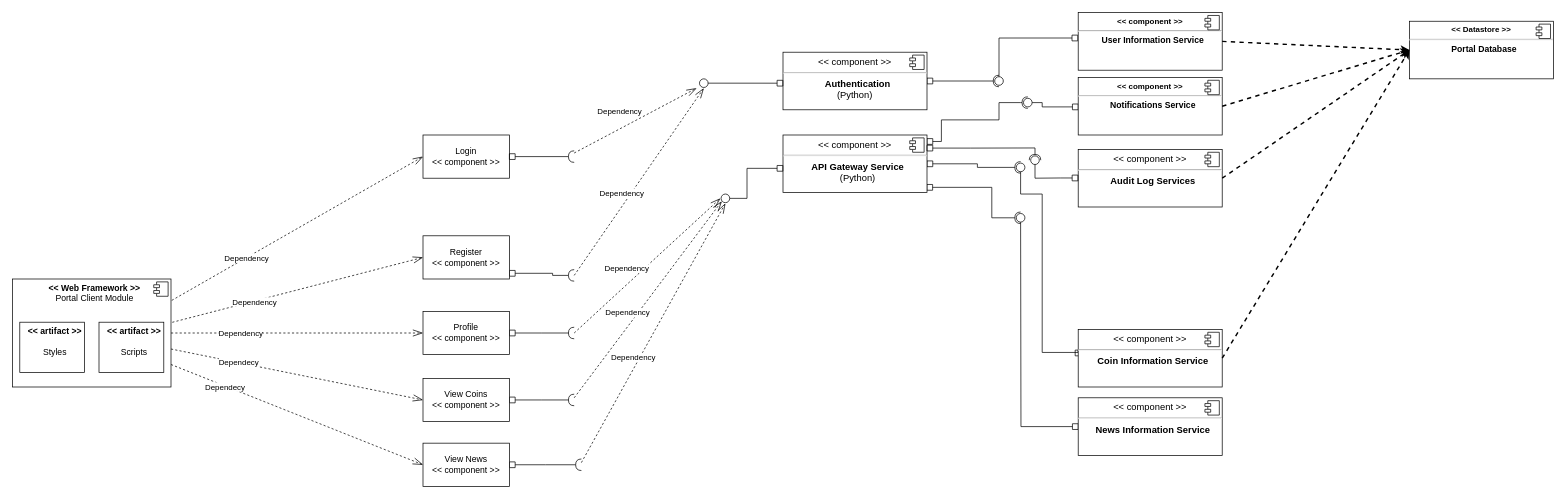
Earlier version of the draw.io diagram diagrams/components Diagram.drawio (bgabrielma/ES_Project). Source tidied: cells renumbered, new cells numbered last; positions are measured from the earlier drawing's top-left corner, leaving out a move shared by most shapes. Both pictures are drawn from the tidied source at 72%, with x=0, y=0 at pixel (12, 12).
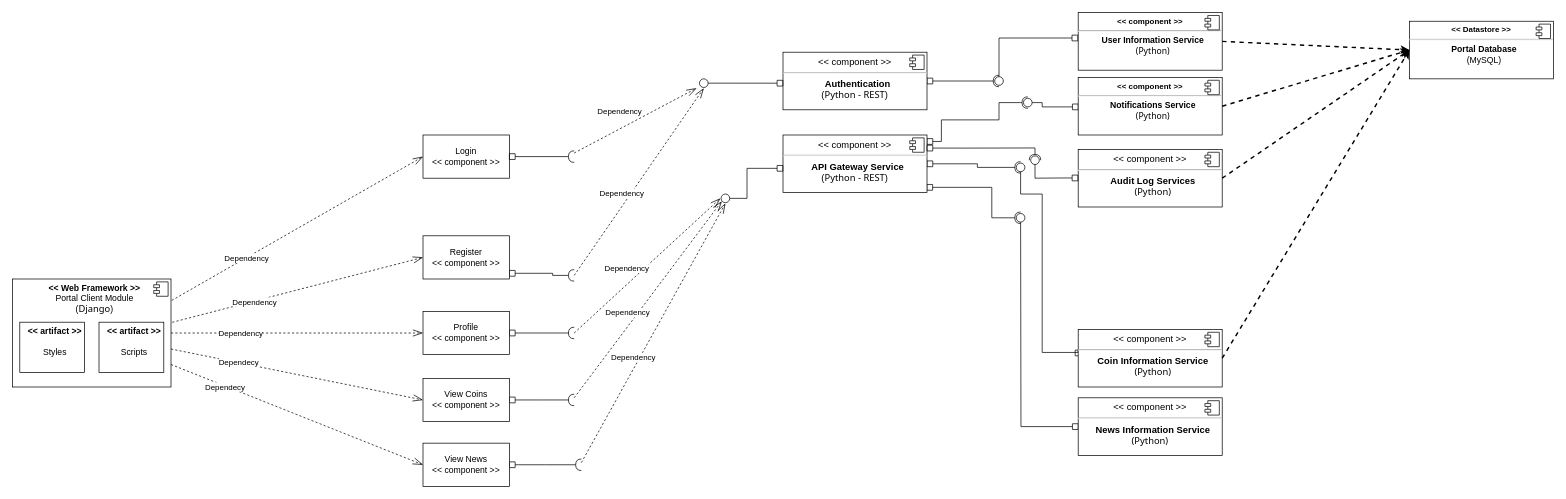
The same diagram, later.

What changed in the source:
```diff
@@
-    <mxCell id="8" value="&lt;p style=&quot;margin:0px;margin-top:6px;text-align:center;&quot;&gt;&lt;/p&gt;&lt;p style=&quot;text-align: center; margin:0px;margin-left:8px;&quot;&gt;&lt;b&gt;&amp;lt;&amp;lt; Web Framework &amp;gt;&amp;gt;&lt;/b&gt;&lt;/p&gt;&lt;p style=&quot;text-align: center; margin:0px;margin-left:8px;&quot;&gt;Portal Client Module&lt;/p&gt;" style="align=left;overflow=fill;html=1;" parent="1" vertex="1">
+    <mxCell id="8" value="&lt;p style=&quot;margin:0px;margin-top:6px;text-align:center;&quot;&gt;&lt;/p&gt;&lt;p style=&quot;text-align: center; margin:0px;margin-left:8px;&quot;&gt;&lt;b&gt;&amp;lt;&amp;lt; Web Framework &amp;gt;&amp;gt;&lt;/b&gt;&lt;/p&gt;&lt;p style=&quot;text-align: center; margin:0px;margin-left:8px;&quot;&gt;Portal Client Module&lt;/p&gt;&lt;p style=&quot;text-align: center; margin:0px;margin-left:8px;&quot;&gt;&lt;span style=&quot;background-color: transparent;&quot;&gt;(&lt;span style=&quot;font-family: &amp;quot;gg sans&amp;quot;, &amp;quot;Noto Sans&amp;quot;, &amp;quot;Helvetica Neue&amp;quot;, Helvetica, Arial, sans-serif; font-size: 13px; font-style: normal; font-variant-ligatures: normal; font-variant-caps: normal; font-weight: 400; letter-spacing: normal; text-align: left; text-indent: 0px; text-transform: none; word-spacing: 0px; -webkit-text-stroke-width: 0px; text-decoration-thickness: initial; text-decoration-style: initial; text-decoration-color: initial; display: inline !important; float: none;&quot;&gt;Django&lt;/span&gt;)&lt;br&gt;&lt;/span&gt;&lt;/p&gt;" style="align=left;overflow=fill;html=1;" parent="1" vertex="1">
       <mxGeometry y="370" width="220" height="150" as="geometry" />
     </mxCell>
@@
-    <mxCell id="13" value="&lt;p style=&quot;margin: 6px 0px 0px; font-size: 13px;&quot;&gt;&lt;span style=&quot;font-size: 13px;&quot;&gt;&lt;font style=&quot;font-size: 13px;&quot;&gt;&amp;lt;&amp;lt; component &amp;gt;&amp;gt;&lt;/font&gt;&lt;/span&gt;&lt;/p&gt;&lt;hr style=&quot;font-size: 13px;&quot;&gt;&lt;p style=&quot;margin: 0px 0px 0px 8px; font-size: 13px;&quot;&gt;&lt;b&gt;Coin Information Service&lt;/b&gt;&lt;/p&gt;" style="align=center;overflow=fill;html=1;fontStyle=0;fontSize=13;" parent="1" vertex="1">
+    <mxCell id="13" value="&lt;p style=&quot;margin: 6px 0px 0px; font-size: 13px;&quot;&gt;&lt;span style=&quot;font-size: 13px;&quot;&gt;&lt;font style=&quot;font-size: 13px;&quot;&gt;&amp;lt;&amp;lt; component &amp;gt;&amp;gt;&lt;/font&gt;&lt;/span&gt;&lt;/p&gt;&lt;hr style=&quot;font-size: 13px;&quot;&gt;&lt;p style=&quot;margin: 0px 0px 0px 8px; font-size: 13px;&quot;&gt;&lt;b&gt;Coin Information Service&lt;/b&gt;&lt;/p&gt;&lt;p style=&quot;margin: 0px 0px 0px 8px; font-size: 13px;&quot;&gt;&lt;span style=&quot;background-color: transparent;&quot;&gt;&lt;span style=&quot;font-family: &amp;quot;gg sans&amp;quot;, &amp;quot;Noto Sans&amp;quot;, &amp;quot;Helvetica Neue&amp;quot;, Helvetica, Arial, sans-serif; font-style: normal; font-variant-ligatures: normal; font-variant-caps: normal; letter-spacing: normal; text-align: left; text-indent: 0px; text-transform: none; word-spacing: 0px; -webkit-text-stroke-width: 0px; text-decoration-thickness: initial; text-decoration-style: initial; text-decoration-color: initial; display: inline !important; float: none;&quot;&gt;(Python)&lt;/span&gt;&lt;/span&gt;&lt;/p&gt;" style="align=center;overflow=fill;html=1;fontStyle=0;fontSize=13;" parent="1" vertex="1">
       <mxGeometry x="1480" y="440" width="200" height="80" as="geometry" />
     </mxCell>
@@
-    <mxCell id="16" value="&lt;p style=&quot;margin: 6px 0px 0px; font-size: 13px;&quot;&gt;&lt;span style=&quot;font-size: 13px;&quot;&gt;&lt;font style=&quot;font-size: 13px;&quot;&gt;&amp;lt;&amp;lt; component &amp;gt;&amp;gt;&lt;/font&gt;&lt;/span&gt;&lt;/p&gt;&lt;hr style=&quot;font-size: 13px;&quot;&gt;&lt;p style=&quot;margin: 0px 0px 0px 8px; font-size: 13px;&quot;&gt;&lt;b&gt;News Information Service&lt;/b&gt;&lt;/p&gt;" style="align=center;overflow=fill;html=1;fontStyle=0;fontSize=13;" parent="1" vertex="1">
+    <mxCell id="16" value="&lt;p style=&quot;margin: 6px 0px 0px; font-size: 13px;&quot;&gt;&lt;span style=&quot;font-size: 13px;&quot;&gt;&lt;font style=&quot;font-size: 13px;&quot;&gt;&amp;lt;&amp;lt; component &amp;gt;&amp;gt;&lt;/font&gt;&lt;/span&gt;&lt;/p&gt;&lt;hr style=&quot;font-size: 13px;&quot;&gt;&lt;p style=&quot;margin: 0px 0px 0px 8px; font-size: 13px;&quot;&gt;&lt;b&gt;News Information Service&lt;/b&gt;&lt;/p&gt;&lt;div&gt;&lt;span style=&quot;background-color: transparent;&quot;&gt;&lt;span style=&quot;font-family: &amp;quot;gg sans&amp;quot;, &amp;quot;Noto Sans&amp;quot;, &amp;quot;Helvetica Neue&amp;quot;, Helvetica, Arial, sans-serif; font-style: normal; font-variant-ligatures: normal; font-variant-caps: normal; letter-spacing: normal; text-align: left; text-indent: 0px; text-transform: none; word-spacing: 0px; -webkit-text-stroke-width: 0px; text-decoration-thickness: initial; text-decoration-style: initial; text-decoration-color: initial; display: inline !important; float: none;&quot;&gt;(Python)&lt;/span&gt;&lt;/span&gt;&lt;/div&gt;" style="align=center;overflow=fill;html=1;fontStyle=0;fontSize=13;" parent="1" vertex="1">
       <mxGeometry x="1480" y="535" width="200" height="80" as="geometry" />
     </mxCell>
@@
-    <mxCell id="19" value="&lt;p style=&quot;margin: 6px 0px 0px; text-align: center; font-size: 11px;&quot;&gt;&lt;b style=&quot;&quot;&gt;&lt;font style=&quot;font-size: 11px;&quot;&gt;&amp;lt;&amp;lt; component &amp;gt;&amp;gt;&lt;/font&gt;&lt;/b&gt;&lt;/p&gt;&lt;hr style=&quot;font-size: 11px;&quot;&gt;&lt;p style=&quot;text-align: center; margin: 0px 0px 0px 8px;&quot;&gt;&lt;b&gt;User Information Service&lt;/b&gt;&lt;/p&gt;" style="align=left;overflow=fill;html=1;" parent="1" vertex="1">
+    <mxCell id="19" value="&lt;p style=&quot;margin: 6px 0px 0px; text-align: center; font-size: 11px;&quot;&gt;&lt;b style=&quot;&quot;&gt;&lt;font style=&quot;font-size: 11px;&quot;&gt;&amp;lt;&amp;lt; component &amp;gt;&amp;gt;&lt;/font&gt;&lt;/b&gt;&lt;/p&gt;&lt;hr style=&quot;font-size: 11px;&quot;&gt;&lt;p style=&quot;text-align: center; margin: 0px 0px 0px 8px;&quot;&gt;&lt;b&gt;User Information Service&lt;/b&gt;&lt;/p&gt;&lt;p style=&quot;text-align: center; margin: 0px 0px 0px 8px;&quot;&gt;&lt;span style=&quot;background-color: transparent;&quot;&gt;&lt;span style=&quot;font-family: &amp;quot;gg sans&amp;quot;, &amp;quot;Noto Sans&amp;quot;, &amp;quot;Helvetica Neue&amp;quot;, Helvetica, Arial, sans-serif; font-style: normal; font-variant-ligatures: normal; font-variant-caps: normal; letter-spacing: normal; text-align: left; text-indent: 0px; text-transform: none; word-spacing: 0px; -webkit-text-stroke-width: 0px; text-decoration-thickness: initial; text-decoration-style: initial; text-decoration-color: initial; display: inline !important; float: none;&quot;&gt;(Python)&lt;/span&gt;&lt;/span&gt;&lt;/p&gt;" style="align=left;overflow=fill;html=1;" parent="1" vertex="1">
       <mxGeometry x="1480" width="200" height="80" as="geometry" />
     </mxCell>
@@
-    <mxCell id="22" value="&lt;p style=&quot;margin: 6px 0px 0px; text-align: center; font-size: 11px;&quot;&gt;&lt;b style=&quot;&quot;&gt;&lt;font style=&quot;font-size: 11px;&quot;&gt;&amp;lt;&amp;lt; component &amp;gt;&amp;gt;&lt;/font&gt;&lt;/b&gt;&lt;/p&gt;&lt;hr style=&quot;font-size: 11px;&quot;&gt;&lt;p style=&quot;text-align: center; margin: 0px 0px 0px 8px;&quot;&gt;&lt;b&gt;Notifications Service&lt;/b&gt;&lt;/p&gt;" style="align=left;overflow=fill;html=1;" parent="1" vertex="1">
+    <mxCell id="22" value="&lt;p style=&quot;margin: 6px 0px 0px; text-align: center; font-size: 11px;&quot;&gt;&lt;b style=&quot;&quot;&gt;&lt;font style=&quot;font-size: 11px;&quot;&gt;&amp;lt;&amp;lt; component &amp;gt;&amp;gt;&lt;/font&gt;&lt;/b&gt;&lt;/p&gt;&lt;hr style=&quot;font-size: 11px;&quot;&gt;&lt;p style=&quot;text-align: center; margin: 0px 0px 0px 8px;&quot;&gt;&lt;b&gt;Notifications Service&lt;/b&gt;&lt;/p&gt;&lt;p style=&quot;text-align: center; margin: 0px 0px 0px 8px;&quot;&gt;&lt;span style=&quot;background-color: transparent;&quot;&gt;&lt;span style=&quot;font-family: &amp;quot;gg sans&amp;quot;, &amp;quot;Noto Sans&amp;quot;, &amp;quot;Helvetica Neue&amp;quot;, Helvetica, Arial, sans-serif; font-style: normal; font-variant-ligatures: normal; font-variant-caps: normal; letter-spacing: normal; text-align: left; text-indent: 0px; text-transform: none; word-spacing: 0px; -webkit-text-stroke-width: 0px; text-decoration-thickness: initial; text-decoration-style: initial; text-decoration-color: initial; display: inline !important; float: none;&quot;&gt;(Python)&lt;/span&gt;&lt;/span&gt;&lt;/p&gt;" style="align=left;overflow=fill;html=1;" parent="1" vertex="1">
       <mxGeometry x="1480" y="90" width="200" height="80" as="geometry" />
     </mxCell>
@@
-    <mxCell id="25" value="&lt;p style=&quot;margin: 6px 0px 0px; font-size: 13px;&quot;&gt;&lt;span style=&quot;font-size: 13px;&quot;&gt;&lt;font style=&quot;font-size: 13px;&quot;&gt;&amp;lt;&amp;lt; component &amp;gt;&amp;gt;&lt;/font&gt;&lt;/span&gt;&lt;/p&gt;&lt;hr style=&quot;font-size: 13px;&quot;&gt;&lt;p style=&quot;margin: 0px 0px 0px 8px; font-size: 13px;&quot;&gt;&lt;b&gt;Authentication&lt;/b&gt;&lt;/p&gt;&lt;div&gt;(Python)&lt;br&gt;&lt;/div&gt;" style="align=center;overflow=fill;html=1;fontStyle=0;fontSize=13;" parent="1" vertex="1">
+    <mxCell id="25" value="&lt;p style=&quot;margin: 6px 0px 0px; font-size: 13px;&quot;&gt;&lt;span style=&quot;font-size: 13px;&quot;&gt;&lt;font style=&quot;font-size: 13px;&quot;&gt;&amp;lt;&amp;lt; component &amp;gt;&amp;gt;&lt;/font&gt;&lt;/span&gt;&lt;/p&gt;&lt;hr style=&quot;font-size: 13px;&quot;&gt;&lt;p style=&quot;margin: 0px 0px 0px 8px; font-size: 13px;&quot;&gt;&lt;b&gt;Authentication&lt;/b&gt;&lt;/p&gt;&lt;div&gt;&lt;span style=&quot;background-color: transparent;&quot;&gt;(&lt;span style=&quot;font-family: &amp;quot;gg sans&amp;quot;, &amp;quot;Noto Sans&amp;quot;, &amp;quot;Helvetica Neue&amp;quot;, Helvetica, Arial, sans-serif; font-style: normal; font-variant-ligatures: normal; font-variant-caps: normal; letter-spacing: normal; text-align: left; text-indent: 0px; text-transform: none; word-spacing: 0px; -webkit-text-stroke-width: 0px; text-decoration-thickness: initial; text-decoration-style: initial; text-decoration-color: initial; display: inline !important; float: none;&quot;&gt;Python - REST&lt;/span&gt;&lt;/span&gt;)&lt;br&gt;&lt;/div&gt;" style="align=center;overflow=fill;html=1;fontStyle=0;fontSize=13;" parent="1" vertex="1">
       <mxGeometry x="1070" y="55" width="200" height="80" as="geometry" />
     </mxCell>
@@
-    <mxCell id="27" value="&lt;p style=&quot;margin: 6px 0px 0px; font-size: 13px;&quot;&gt;&lt;span style=&quot;font-size: 13px;&quot;&gt;&lt;font style=&quot;font-size: 13px;&quot;&gt;&amp;lt;&amp;lt; component &amp;gt;&amp;gt;&lt;/font&gt;&lt;/span&gt;&lt;/p&gt;&lt;hr style=&quot;font-size: 13px;&quot;&gt;&lt;p style=&quot;margin: 0px 0px 0px 8px; font-size: 13px;&quot;&gt;&lt;b&gt;Audit Log Services&lt;/b&gt;&lt;/p&gt;" style="align=center;overflow=fill;html=1;fontStyle=0;fontSize=13;" parent="1" vertex="1">
+    <mxCell id="27" value="&lt;p style=&quot;margin: 6px 0px 0px; font-size: 13px;&quot;&gt;&lt;span style=&quot;font-size: 13px;&quot;&gt;&lt;font style=&quot;font-size: 13px;&quot;&gt;&amp;lt;&amp;lt; component &amp;gt;&amp;gt;&lt;/font&gt;&lt;/span&gt;&lt;/p&gt;&lt;hr style=&quot;font-size: 13px;&quot;&gt;&lt;p style=&quot;margin: 0px 0px 0px 8px; font-size: 13px;&quot;&gt;&lt;b&gt;Audit Log Services&lt;/b&gt;&lt;/p&gt;&lt;p style=&quot;margin: 0px 0px 0px 8px; font-size: 13px;&quot;&gt;&lt;span style=&quot;background-color: transparent;&quot;&gt;&lt;span style=&quot;font-family: &amp;quot;gg sans&amp;quot;, &amp;quot;Noto Sans&amp;quot;, &amp;quot;Helvetica Neue&amp;quot;, Helvetica, Arial, sans-serif; font-style: normal; font-variant-ligatures: normal; font-variant-caps: normal; letter-spacing: normal; text-align: left; text-indent: 0px; text-transform: none; word-spacing: 0px; -webkit-text-stroke-width: 0px; text-decoration-thickness: initial; text-decoration-style: initial; text-decoration-color: initial; display: inline !important; float: none;&quot;&gt;(Python)&lt;/span&gt;&lt;/span&gt;&lt;/p&gt;" style="align=center;overflow=fill;html=1;fontStyle=0;fontSize=13;" parent="1" vertex="1">
       <mxGeometry x="1480" y="190" width="200" height="80" as="geometry" />
     </mxCell>
@@
-    <mxCell id="32" value="&lt;p style=&quot;margin: 6px 0px 0px; font-size: 13px;&quot;&gt;&lt;span style=&quot;font-size: 13px;&quot;&gt;&lt;font style=&quot;font-size: 13px;&quot;&gt;&amp;lt;&amp;lt; component &amp;gt;&amp;gt;&lt;/font&gt;&lt;/span&gt;&lt;/p&gt;&lt;hr style=&quot;font-size: 13px;&quot;&gt;&lt;p style=&quot;margin: 0px 0px 0px 8px; font-size: 13px;&quot;&gt;&lt;b&gt;API Gateway Service&lt;/b&gt;&lt;/p&gt;&lt;p style=&quot;margin: 0px 0px 0px 8px; font-size: 13px;&quot;&gt;(Python)&lt;b&gt;&lt;br&gt;&lt;/b&gt;&lt;/p&gt;" style="align=center;overflow=fill;html=1;fontStyle=0;fontSize=13;" parent="1" vertex="1">
+    <mxCell id="32" value="&lt;p style=&quot;margin: 6px 0px 0px; font-size: 13px;&quot;&gt;&lt;span style=&quot;font-size: 13px;&quot;&gt;&lt;font style=&quot;font-size: 13px;&quot;&gt;&amp;lt;&amp;lt; component &amp;gt;&amp;gt;&lt;/font&gt;&lt;/span&gt;&lt;/p&gt;&lt;hr style=&quot;font-size: 13px;&quot;&gt;&lt;p style=&quot;margin: 0px 0px 0px 8px; font-size: 13px;&quot;&gt;&lt;b&gt;API Gateway Service&lt;/b&gt;&lt;/p&gt;&lt;div&gt;&lt;span style=&quot;background-color: transparent;&quot;&gt;(&lt;span style=&quot;font-family: &amp;quot;gg sans&amp;quot;, &amp;quot;Noto Sans&amp;quot;, &amp;quot;Helvetica Neue&amp;quot;, Helvetica, Arial, sans-serif; font-style: normal; font-variant-ligatures: normal; font-variant-caps: normal; letter-spacing: normal; text-align: left; text-indent: 0px; text-transform: none; word-spacing: 0px; -webkit-text-stroke-width: 0px; text-decoration-thickness: initial; text-decoration-style: initial; text-decoration-color: initial; display: inline !important; float: none;&quot;&gt;Python - REST&lt;/span&gt;&lt;/span&gt;)&lt;br&gt;&lt;/div&gt;" style="align=center;overflow=fill;html=1;fontStyle=0;fontSize=13;" parent="1" vertex="1">
       <mxGeometry x="1070" y="170" width="200" height="80" as="geometry" />
     </mxCell>
@@
-    <mxCell id="34" value="&lt;p style=&quot;margin: 6px 0px 0px; text-align: center; font-size: 11px;&quot;&gt;&lt;b style=&quot;&quot;&gt;&lt;font style=&quot;font-size: 11px;&quot;&gt;&amp;lt;&amp;lt; Datastore &amp;gt;&amp;gt;&lt;/font&gt;&lt;/b&gt;&lt;/p&gt;&lt;hr style=&quot;font-size: 11px;&quot;&gt;&lt;p style=&quot;text-align: center; margin: 0px 0px 0px 8px;&quot;&gt;&lt;b&gt;Portal Database&lt;/b&gt;&lt;/p&gt;" style="align=left;overflow=fill;html=1;" parent="1" vertex="1">
+    <mxCell id="34" value="&lt;p style=&quot;margin: 6px 0px 0px; text-align: center; font-size: 11px;&quot;&gt;&lt;b style=&quot;&quot;&gt;&lt;font style=&quot;font-size: 11px;&quot;&gt;&amp;lt;&amp;lt; Datastore &amp;gt;&amp;gt;&lt;/font&gt;&lt;/b&gt;&lt;/p&gt;&lt;hr style=&quot;font-size: 11px;&quot;&gt;&lt;p style=&quot;text-align: center; margin: 0px 0px 0px 8px;&quot;&gt;&lt;b&gt;Portal Database&lt;/b&gt;&lt;/p&gt;&lt;p style=&quot;text-align: center; margin: 0px 0px 0px 8px;&quot;&gt;(MySQL)&lt;b&gt;&lt;br&gt;&lt;/b&gt;&lt;/p&gt;" style="align=left;overflow=fill;html=1;" parent="1" vertex="1">
       <mxGeometry x="1940" y="12" width="200" height="80" as="geometry" />
     </mxCell>
```
